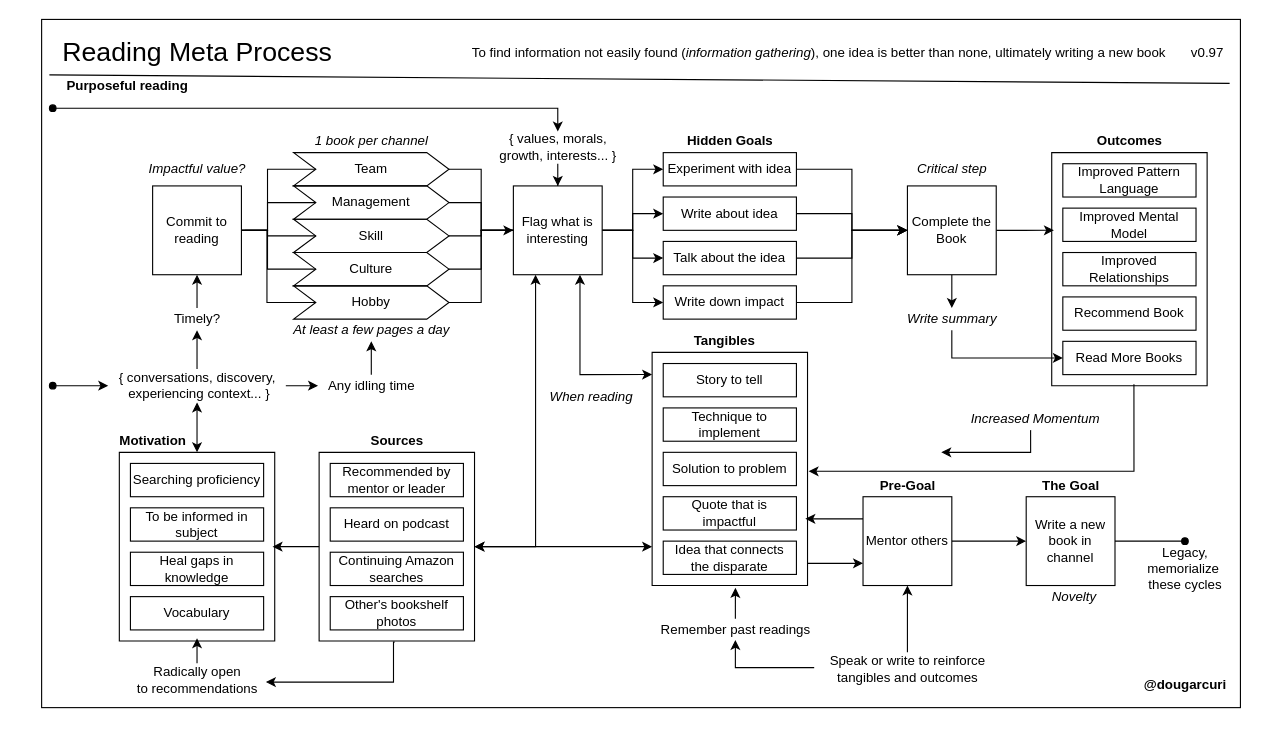
The draw.io diagram books/diagrams/reading-process.drawio in solidi/learning-notes, before the edit. Source tidied: cells renumbered, new cells numbered last; positions are measured from the earlier drawing's top-left corner, leaving out a move shared by most shapes. Both pictures are drawn from the tidied source at 111%, with x=0, y=0 at pixel (41, 19).
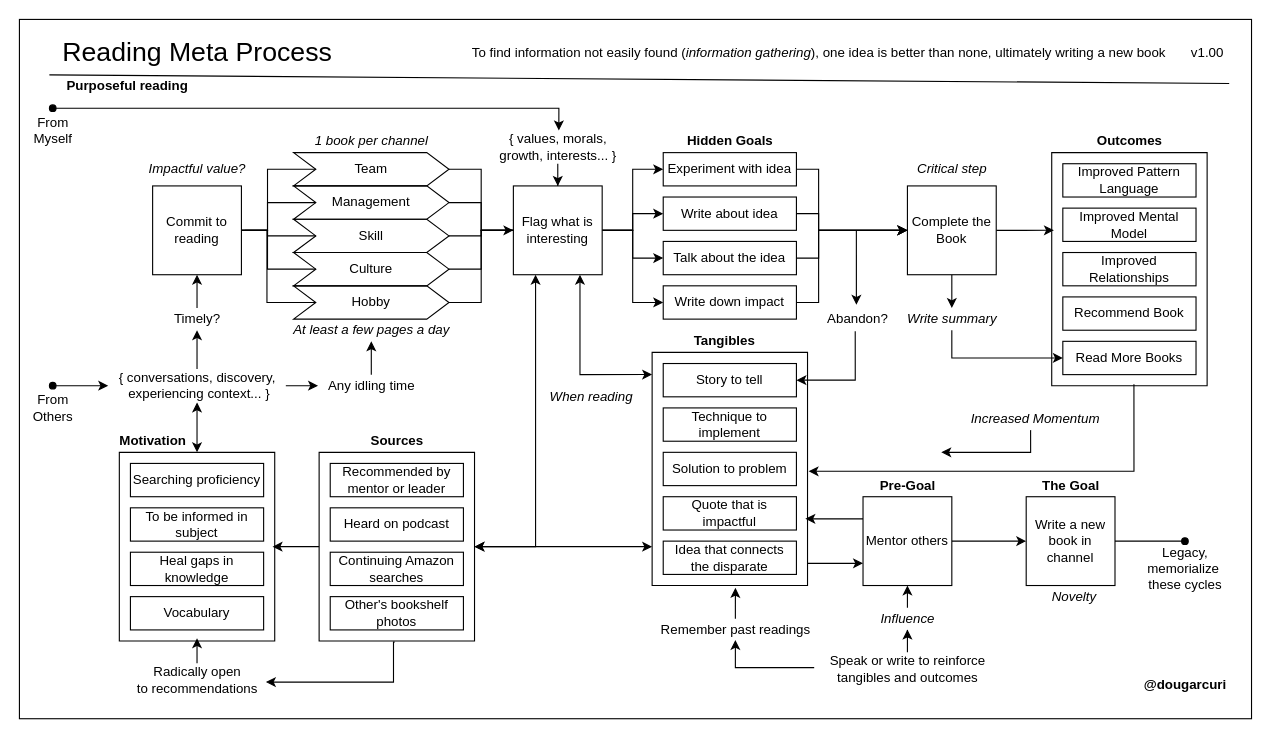
After the change.

Commit message (it also covers changes not shown here):
Add version 1 of reading books

The change refers to these unchanged cells:
```xml
<mxCell id="25" value="Experiment with idea" style="rounded=0;whiteSpace=wrap;html=1;" parent="1" vertex="1">
  <mxGeometry x="560" y="120" width="120" height="30" as="geometry" />
</mxCell>
<mxCell id="27" value="Write about idea" style="rounded=0;whiteSpace=wrap;html=1;" parent="1" vertex="1">
  <mxGeometry x="560" y="160" width="120" height="30" as="geometry" />
</mxCell>
<mxCell id="32" value="Talk about the idea" style="rounded=0;whiteSpace=wrap;html=1;" parent="1" vertex="1">
  <mxGeometry x="560" y="200" width="120" height="30" as="geometry" />
</mxCell>
<mxCell id="38" value="Write down impact" style="rounded=0;whiteSpace=wrap;html=1;" parent="1" vertex="1">
  <mxGeometry x="560" y="240" width="120" height="30" as="geometry" />
</mxCell>
<mxCell id="47" value="Complete the Book" style="whiteSpace=wrap;html=1;" parent="1" vertex="1">
  <mxGeometry x="780" y="150" width="80" height="80" as="geometry" />
</mxCell>
<mxCell id="56" value="Story to tell" style="rounded=0;whiteSpace=wrap;html=1;" parent="1" vertex="1">
  <mxGeometry x="560" y="310" width="120" height="30" as="geometry" />
</mxCell>
<mxCell id="82" value="{ conversations, discovery,&lt;br&gt;&amp;nbsp;experiencing context... }" style="text;html=1;align=center;verticalAlign=middle;points=[];" parent="1" vertex="1">
  <mxGeometry x="60" y="315" width="160" height="30" as="geometry" />
</mxCell>
<mxCell id="94" value="Speak or write to reinforce&lt;br&gt;tangibles and outcomes" style="text;html=1;align=center;verticalAlign=middle;points=[];" parent="1" vertex="1">
  <mxGeometry x="700" y="570" width="160" height="30" as="geometry" />
</mxCell>
<mxCell id="107" value="{ values, morals,&lt;br&gt;growth, interests... }" style="text;html=1;align=center;verticalAlign=middle;points=[];" parent="1" vertex="1">
  <mxGeometry x="405" y="100" width="120" height="30" as="geometry" />
</mxCell>
```

The edit, as a diff of the source:
```diff
@@
+    <mxCell id="112" style="rounded=0;whiteSpace=wrap;html=1;fillColor=none;" parent="1" vertex="1">
+      <mxGeometry x="-20" width="1110" height="630" as="geometry" />
+    </mxCell>
@@
-    <mxCell id="3" style="rounded=0;whiteSpace=wrap;html=1;fillColor=none;" parent="1" vertex="1">
-      <mxGeometry width="1080" height="620" as="geometry" />
-    </mxCell>
@@
     <mxCell id="24" style="edgeStyle=orthogonalEdgeStyle;rounded=0;jettySize=auto;html=1;exitX=1;exitY=0.5;exitDx=0;exitDy=0;entryX=0;entryY=0.5;entryDx=0;entryDy=0;endArrow=classic;endFill=1;" parent="1" edge="1" source="25" target="47">
-      <mxGeometry relative="1" as="geometry" />
+      <mxGeometry relative="1" as="geometry">
+        <Array as="points">
+          <mxPoint x="700" y="135" />
+          <mxPoint x="700" y="190" />
+        </Array>
+      </mxGeometry>
     </mxCell>
@@
     <mxCell id="26" style="edgeStyle=orthogonalEdgeStyle;rounded=0;jettySize=auto;html=1;exitX=1;exitY=0.5;exitDx=0;exitDy=0;entryX=0;entryY=0.5;entryDx=0;entryDy=0;endArrow=classic;endFill=1;" parent="1" edge="1" source="27" target="47">
-      <mxGeometry relative="1" as="geometry" />
+      <mxGeometry relative="1" as="geometry">
+        <Array as="points">
+          <mxPoint x="700" y="175" />
+          <mxPoint x="700" y="190" />
+        </Array>
+      </mxGeometry>
     </mxCell>
@@
-    <mxCell id="28" value="v0.97" style="text;html=1;align=center;verticalAlign=middle;" parent="1" vertex="1">
+    <mxCell id="28" value="v1.00" style="text;html=1;align=center;verticalAlign=middle;" parent="1" vertex="1">
       <mxGeometry x="1030" y="20" width="40" height="20" as="geometry" />
     </mxCell>
@@
-    <mxCell id="30" style="endArrow=none;html=1;entryX=0.991;entryY=0.093;entryDx=0;entryDy=0;entryPerimeter=0;" parent="1" edge="1" target="3">
+    <mxCell id="30" style="endArrow=none;html=1;entryX=0.991;entryY=0.093;entryDx=0;entryDy=0;entryPerimeter=0;" parent="1" edge="1">
       <mxGeometry relative="1" as="geometry">
         <mxPoint x="7" y="50" as="sourcePoint" />
+        <mxPoint x="1069.9" y="57.7" as="targetPoint" />
       </mxGeometry>
     </mxCell>
     <mxCell id="31" style="edgeStyle=orthogonalEdgeStyle;rounded=0;jettySize=auto;html=1;exitX=1;exitY=0.5;exitDx=0;exitDy=0;entryX=0;entryY=0.5;entryDx=0;entryDy=0;endArrow=classic;endFill=1;" parent="1" edge="1" source="32" target="47">
-      <mxGeometry relative="1" as="geometry" />
+      <mxGeometry relative="1" as="geometry">
+        <Array as="points">
+          <mxPoint x="700" y="215" />
+          <mxPoint x="700" y="190" />
+        </Array>
+      </mxGeometry>
     </mxCell>
@@
     <mxCell id="37" style="edgeStyle=orthogonalEdgeStyle;rounded=0;jettySize=auto;html=1;exitX=1;exitY=0.5;exitDx=0;exitDy=0;entryX=0;entryY=0.5;entryDx=0;entryDy=0;endArrow=classic;endFill=1;" parent="1" edge="1" source="38" target="47">
-      <mxGeometry relative="1" as="geometry" />
+      <mxGeometry relative="1" as="geometry">
+        <Array as="points">
+          <mxPoint x="700" y="255" />
+          <mxPoint x="700" y="190" />
+        </Array>
+      </mxGeometry>
     </mxCell>
@@
-    <mxCell id="80" style="edgeStyle=orthogonalEdgeStyle;rounded=0;jettySize=auto;html=1;startArrow=classic;startFill=1;endArrow=oval;endFill=1;" parent="1" edge="1" source="82">
-      <mxGeometry relative="1" as="geometry">
-        <mxPoint x="10" y="330" as="targetPoint" />
-      </mxGeometry>
-    </mxCell>
@@
-    <mxCell id="92" style="edgeStyle=orthogonalEdgeStyle;rounded=0;jettySize=auto;html=1;entryX=0.5;entryY=0.985;entryDx=0;entryDy=0;entryPerimeter=0;startArrow=none;startFill=0;endArrow=classic;endFill=1;" parent="1" edge="1" source="94">
+    <mxCell id="92" style="edgeStyle=orthogonalEdgeStyle;rounded=0;jettySize=auto;html=1;entryX=0.5;entryY=0.985;entryDx=0;entryDy=0;entryPerimeter=0;startArrow=none;startFill=0;endArrow=classic;endFill=1;" parent="1" edge="1" source="113">
       <mxGeometry relative="1" as="geometry">
         <mxPoint x="780" y="510" as="targetPoint" />
       </mxGeometry>
     </mxCell>
@@
-    <mxCell id="108" style="edgeStyle=orthogonalEdgeStyle;rounded=0;jettySize=auto;html=1;startArrow=classic;startFill=1;endArrow=oval;endFill=1;exitX=0.5;exitY=0.033;exitDx=0;exitDy=0;exitPerimeter=0;" parent="1" edge="1" source="107">
+    <mxCell id="108" style="edgeStyle=orthogonalEdgeStyle;rounded=0;jettySize=auto;html=1;startArrow=classic;startFill=1;endArrow=oval;endFill=1;exitX=0.508;exitY=0;exitDx=0;exitDy=0;exitPerimeter=0;" parent="1" edge="1" source="107">
       <mxGeometry relative="1" as="geometry">
         <mxPoint x="10" y="80" as="targetPoint" />
         <Array as="points">
-          <mxPoint x="465" y="80" />
+          <mxPoint x="466" y="80" />
         </Array>
       </mxGeometry>
     </mxCell>
@@
+    <mxCell id="113" value="&lt;i&gt;Influence&lt;/i&gt;" style="text;html=1;align=center;verticalAlign=middle;points=[];" parent="1" vertex="1">
+      <mxGeometry x="750" y="530" width="60" height="20" as="geometry" />
+    </mxCell>
+    <mxCell id="114" style="edgeStyle=orthogonalEdgeStyle;rounded=0;jettySize=auto;html=1;entryX=0.5;entryY=0.985;entryDx=0;entryDy=0;entryPerimeter=0;startArrow=none;startFill=0;endArrow=classic;endFill=1;" parent="1" edge="1" source="94" target="113">
+      <mxGeometry relative="1" as="geometry" />
+    </mxCell>
+    <mxCell id="115" style="edgeStyle=orthogonalEdgeStyle;rounded=0;jettySize=auto;html=1;startArrow=classic;startFill=1;endArrow=oval;endFill=1;" parent="1" edge="1" source="82">
+      <mxGeometry relative="1" as="geometry">
+        <mxPoint x="10" y="330" as="targetPoint" />
+      </mxGeometry>
+    </mxCell>
+    <mxCell id="116" value="From&lt;br&gt;Myself" style="text;html=1;align=center;verticalAlign=middle;" parent="1" vertex="1">
+      <mxGeometry x="-15" y="85" width="50" height="30" as="geometry" />
+    </mxCell>
+    <mxCell id="117" value="From&lt;br&gt;Others" style="text;html=1;align=center;verticalAlign=middle;" parent="1" vertex="1">
+      <mxGeometry x="-15" y="335" width="50" height="30" as="geometry" />
+    </mxCell>
+    <mxCell id="118" style="edgeStyle=orthogonalEdgeStyle;rounded=0;jettySize=auto;html=1;entryX=1;entryY=0.5;entryDx=0;entryDy=0;startArrow=none;startFill=0;endArrow=classic;endFill=1;exitX=0.471;exitY=1.05;exitDx=0;exitDy=0;exitPerimeter=0;" parent="1" edge="1" source="119" target="56">
+      <mxGeometry relative="1" as="geometry" />
+    </mxCell>
+    <mxCell id="119" value="Abandon?" style="text;html=1;align=center;verticalAlign=middle;points=[];" parent="1" vertex="1">
+      <mxGeometry x="700" y="260" width="70" height="20" as="geometry" />
+    </mxCell>
+    <mxCell id="120" style="endArrow=classic;html=1;entryX=0.486;entryY=-0.15;entryDx=0;entryDy=0;entryPerimeter=0;" parent="1" edge="1" target="119">
+      <mxGeometry relative="1" as="geometry">
+        <mxPoint x="734" y="190" as="sourcePoint" />
+      </mxGeometry>
+    </mxCell>
```
